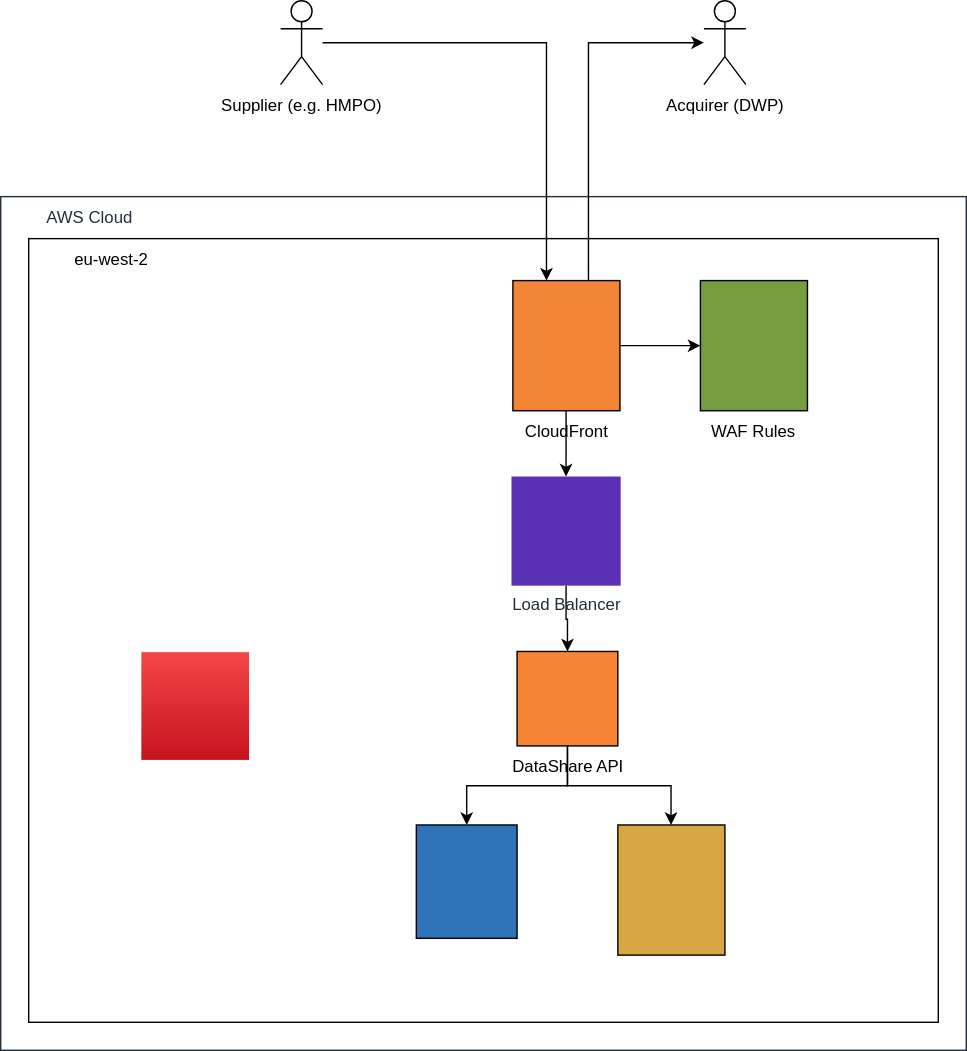
Before: doc/architecture/architecture.drawio.svg, a diagram exported from draw.io (govuk-one-login/life-events-platform). Source tidied: cells renumbered, new cells last; positions are measured from the earlier drawing's top-left corner, leaving out a move shared by most shapes.
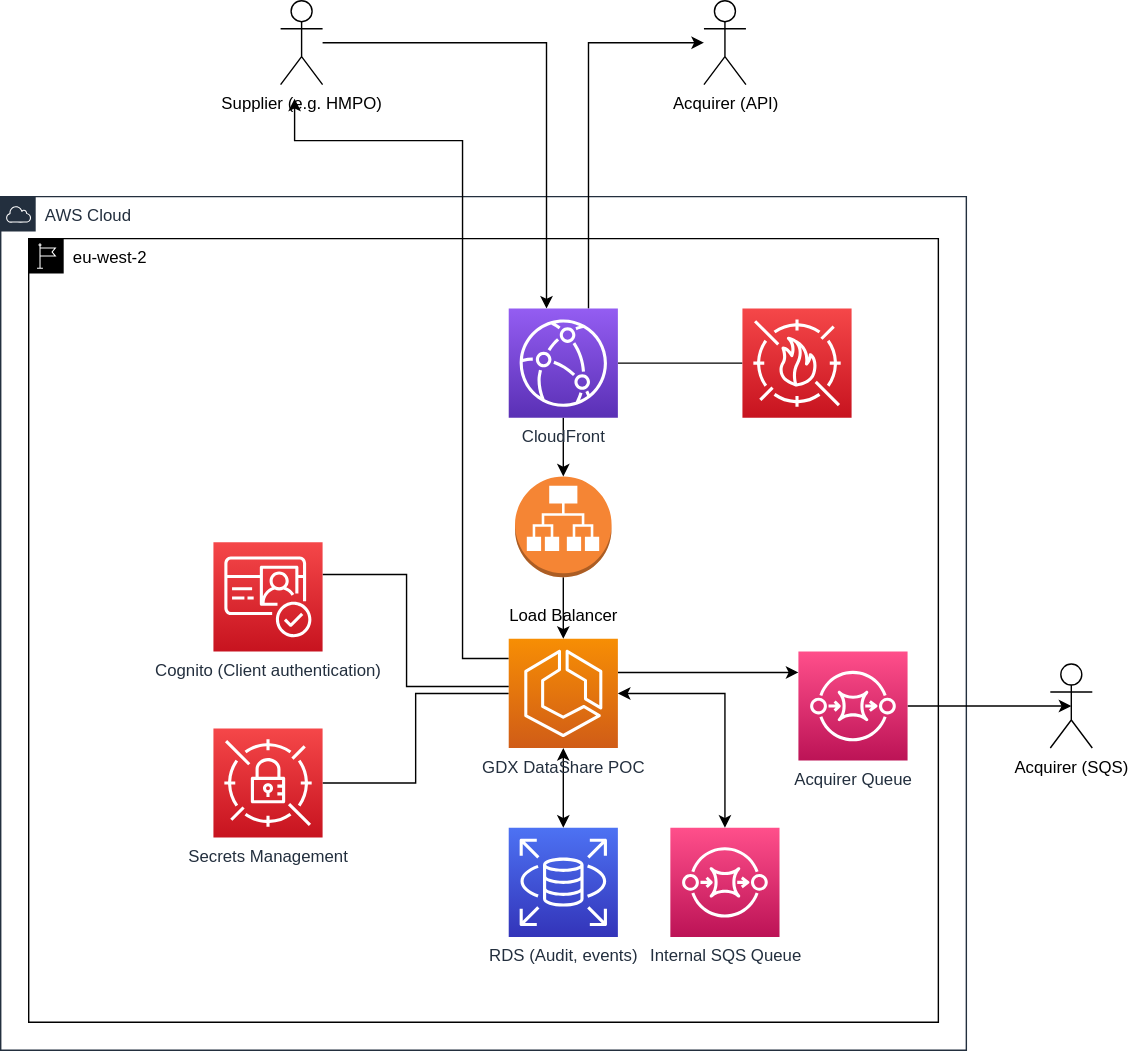
Later version of the same file.

Commit message:
GPC-NONE: Iteration

Diff of the diagram source:
```diff
@@ -8,50 +8,13 @@
     <mxCell id="3" value="eu-west-2" style="html=1;whiteSpace=wrap;fontSize=12;fontStyle=0;shape=mxgraph.aws4.group;grIcon=mxgraph.aws4.group_region;verticalAlign=top;align=left;spacingLeft=30;dashed=0;" parent="1" vertex="1">
       <mxGeometry x="20" y="170" width="650" height="560" as="geometry" />
     </mxCell>
-    <mxCell id="4" style="edgeStyle=orthogonalEdgeStyle;rounded=0;jettySize=auto;html=1;" parent="1" edge="1" source="6" target="8">
-      <mxGeometry relative="1" as="geometry" />
-    </mxCell>
-    <mxCell id="5" style="edgeStyle=orthogonalEdgeStyle;rounded=0;jettySize=auto;html=1;" parent="1" edge="1" source="6" target="19">
-      <mxGeometry relative="1" as="geometry">
-        <Array as="points">
-          <mxPoint x="420" y="30" />
-        </Array>
-      </mxGeometry>
-    </mxCell>
-    <mxCell id="6" value="CloudFront" style="outlineConnect=0;dashed=0;verticalLabelPosition=bottom;verticalAlign=top;align=center;html=1;shape=mxgraph.aws3.cloudfront;fillColor=#F58536;gradientColor=none;" parent="1" vertex="1">
-      <mxGeometry x="366" y="200" width="76.5" height="93" as="geometry" />
-    </mxCell>
-    <mxCell id="7" style="edgeStyle=orthogonalEdgeStyle;rounded=0;jettySize=auto;html=1;" parent="1" edge="1" source="8" target="11">
-      <mxGeometry relative="1" as="geometry" />
-    </mxCell>
-    <mxCell id="8" value="Load Balancer" style="outlineConnect=0;fontColor=#232F3E;gradientColor=none;fillColor=#5A30B5;strokeColor=none;dashed=0;verticalLabelPosition=bottom;verticalAlign=top;align=center;html=1;fontSize=12;fontStyle=0;shape=mxgraph.aws4.application_load_balancer;" parent="1" vertex="1">
-      <mxGeometry x="365" y="340" width="78" height="78" as="geometry" />
-    </mxCell>
-    <mxCell id="9" style="edgeStyle=orthogonalEdgeStyle;rounded=0;jettySize=auto;html=1;" parent="1" edge="1" source="11" target="14">
-      <mxGeometry relative="1" as="geometry" />
-    </mxCell>
-    <mxCell id="10" style="edgeStyle=orthogonalEdgeStyle;rounded=0;jettySize=auto;html=1;" parent="1" edge="1" source="11" target="15">
-      <mxGeometry relative="1" as="geometry" />
-    </mxCell>
-    <mxCell id="11" value="DataShare API" style="outlineConnect=0;dashed=0;verticalLabelPosition=bottom;verticalAlign=top;align=center;html=1;shape=mxgraph.aws3.ecs;fillColor=#F58534;gradientColor=none;" parent="1" vertex="1">
-      <mxGeometry x="369" y="465" width="72" height="67.5" as="geometry" />
-    </mxCell>
-    <mxCell id="12" value="WAF Rules" style="outlineConnect=0;dashed=0;verticalLabelPosition=bottom;verticalAlign=top;align=center;html=1;shape=mxgraph.aws3.waf;fillColor=#759C3E;gradientColor=none;" parent="1" vertex="1">
-      <mxGeometry x="500" y="200" width="76.5" height="93" as="geometry" />
-    </mxCell>
-    <mxCell id="13" style="edgeStyle=orthogonalEdgeStyle;rounded=0;jettySize=auto;html=1;" parent="1" edge="1" source="6" target="12">
-      <mxGeometry relative="1" as="geometry" />
-    </mxCell>
-    <mxCell id="14" style="outlineConnect=0;dashed=0;verticalLabelPosition=bottom;verticalAlign=top;align=center;html=1;shape=mxgraph.aws3.rds;fillColor=#2E73B8;gradientColor=none;" parent="1" vertex="1">
-      <mxGeometry x="297" y="589" width="72" height="81" as="geometry" />
-    </mxCell>
-    <mxCell id="15" style="outlineConnect=0;dashed=0;verticalLabelPosition=bottom;verticalAlign=top;align=center;html=1;shape=mxgraph.aws3.sqs;fillColor=#D9A741;gradientColor=none;" parent="1" vertex="1">
-      <mxGeometry x="441" y="589" width="76.5" height="93" as="geometry" />
-    </mxCell>
+    <mxCell id="20" style="edgeStyle=orthogonalEdgeStyle;rounded=0;jettySize=auto;html=1;startArrow=none;startFill=0;endArrow=none;endFill=0;" parent="1" edge="1" source="16" target="28">
+      <mxGeometry relative="1" as="geometry" />
+    </mxCell>
-    <mxCell id="16" style="outlineConnect=0;fontColor=#232F3E;gradientColor=#F54749;gradientDirection=north;fillColor=#C7131F;strokeColor=#ffffff;dashed=0;verticalLabelPosition=bottom;verticalAlign=top;align=center;html=1;fontSize=12;fontStyle=0;shape=mxgraph.aws4.resourceIcon;resIcon=mxgraph.aws4.secrets_manager;" parent="1" vertex="1">
-      <mxGeometry x="100" y="465" width="78" height="78" as="geometry" />
+    <mxCell id="16" value="Secrets Management" style="outlineConnect=0;fontColor=#232F3E;gradientColor=#F54749;gradientDirection=north;fillColor=#C7131F;strokeColor=#ffffff;dashed=0;verticalLabelPosition=bottom;verticalAlign=top;align=center;html=1;fontSize=12;fontStyle=0;shape=mxgraph.aws4.resourceIcon;resIcon=mxgraph.aws4.secrets_manager;" parent="1" vertex="1">
+      <mxGeometry x="152" y="520" width="78" height="78" as="geometry" />
     </mxCell>
-    <mxCell id="17" style="edgeStyle=orthogonalEdgeStyle;rounded=0;jettySize=auto;html=1;" parent="1" edge="1" source="18" target="6">
+    <mxCell id="17" style="edgeStyle=orthogonalEdgeStyle;rounded=0;jettySize=auto;html=1;endArrow=classic;endFill=1;" parent="1" edge="1" source="18" target="6">
       <mxGeometry relative="1" as="geometry">
         <Array as="points">
           <mxPoint x="390" y="30" />
@@ -61,8 +24,86 @@
     <mxCell id="18" value="Supplier (e.g. HMPO)" style="shape=umlActor;verticalLabelPosition=bottom;labelBackgroundColor=#ffffff;verticalAlign=top;html=1;outlineConnect=0;" parent="1" vertex="1">
       <mxGeometry x="200" width="30" height="60" as="geometry" />
     </mxCell>
+    <mxCell id="21" style="edgeStyle=orthogonalEdgeStyle;rounded=0;jettySize=auto;html=1;endArrow=none;endFill=0;startArrow=classic;startFill=1;" parent="1" edge="1" source="19" target="6">
+      <mxGeometry relative="1" as="geometry">
+        <Array as="points">
+          <mxPoint x="420" y="30" />
+        </Array>
+      </mxGeometry>
+    </mxCell>
-    <mxCell id="19" value="Acquirer (DWP)" style="shape=umlActor;verticalLabelPosition=bottom;labelBackgroundColor=#ffffff;verticalAlign=top;html=1;outlineConnect=0;" parent="1" vertex="1">
+    <mxCell id="19" value="Acquirer (API)" style="shape=umlActor;verticalLabelPosition=bottom;labelBackgroundColor=#ffffff;verticalAlign=top;html=1;outlineConnect=0;" parent="1" vertex="1">
       <mxGeometry x="502.5" width="30" height="60" as="geometry" />
     </mxCell>
+    <mxCell id="22" value="Internal SQS Queue" style="sketch=0;points=[[0,0,0],[0.25,0,0],[0.5,0,0],[0.75,0,0],[1,0,0],[0,1,0],[0.25,1,0],[0.5,1,0],[0.75,1,0],[1,1,0],[0,0.25,0],[0,0.5,0],[0,0.75,0],[1,0.25,0],[1,0.5,0],[1,0.75,0]];outlineConnect=0;fontColor=#232F3E;gradientColor=#FF4F8B;gradientDirection=north;fillColor=#BC1356;strokeColor=#ffffff;dashed=0;verticalLabelPosition=bottom;verticalAlign=top;align=center;html=1;fontSize=12;fontStyle=0;shape=mxgraph.aws4.resourceIcon;resIcon=mxgraph.aws4.sqs;" parent="1" vertex="1">
+      <mxGeometry x="478.5" y="591" width="78" height="78" as="geometry" />
+    </mxCell>
+    <mxCell id="23" value="RDS (Audit, events)" style="sketch=0;points=[[0,0,0],[0.25,0,0],[0.5,0,0],[0.75,0,0],[1,0,0],[0,1,0],[0.25,1,0],[0.5,1,0],[0.75,1,0],[1,1,0],[0,0.25,0],[0,0.5,0],[0,0.75,0],[1,0.25,0],[1,0.5,0],[1,0.75,0]];outlineConnect=0;fontColor=#232F3E;gradientColor=#4D72F3;gradientDirection=north;fillColor=#3334B9;strokeColor=#ffffff;dashed=0;verticalLabelPosition=bottom;verticalAlign=top;align=center;html=1;fontSize=12;fontStyle=0;shape=mxgraph.aws4.resourceIcon;resIcon=mxgraph.aws4.rds;" parent="1" vertex="1">
+      <mxGeometry x="363" y="591" width="78" height="78" as="geometry" />
+    </mxCell>
+    <mxCell id="24" style="edgeStyle=orthogonalEdgeStyle;rounded=0;jettySize=auto;html=1;endArrow=classic;endFill=1;startArrow=classic;startFill=1;" parent="1" edge="1" source="28" target="23">
+      <mxGeometry relative="1" as="geometry" />
+    </mxCell>
+    <mxCell id="25" style="edgeStyle=orthogonalEdgeStyle;rounded=0;jettySize=auto;html=1;entryX=0.5;entryY=0;entryDx=0;entryDy=0;entryPerimeter=0;endArrow=classic;endFill=1;startArrow=classic;startFill=1;" parent="1" edge="1" source="28" target="22">
+      <mxGeometry relative="1" as="geometry" />
+    </mxCell>
+    <mxCell id="26" style="edgeStyle=orthogonalEdgeStyle;rounded=0;jettySize=auto;html=1;startArrow=none;startFill=0;endArrow=classic;endFill=1;" parent="1" edge="1" source="28" target="35">
+      <mxGeometry relative="1" as="geometry">
+        <Array as="points">
+          <mxPoint x="470" y="480" />
+          <mxPoint x="470" y="480" />
+        </Array>
+      </mxGeometry>
+    </mxCell>
+    <mxCell id="27" style="edgeStyle=orthogonalEdgeStyle;rounded=0;jettySize=auto;html=1;startArrow=none;startFill=0;endArrow=classic;endFill=1;" parent="1" edge="1" source="28">
+      <mxGeometry relative="1" as="geometry">
+        <mxPoint x="210" y="70" as="targetPoint" />
+        <Array as="points">
+          <mxPoint x="330" y="470" />
+          <mxPoint x="330" y="100" />
+          <mxPoint x="210" y="100" />
+        </Array>
+      </mxGeometry>
+    </mxCell>
+    <mxCell id="28" value="GDX DataShare POC" style="sketch=0;points=[[0,0,0],[0.25,0,0],[0.5,0,0],[0.75,0,0],[1,0,0],[0,1,0],[0.25,1,0],[0.5,1,0],[0.75,1,0],[1,1,0],[0,0.25,0],[0,0.5,0],[0,0.75,0],[1,0.25,0],[1,0.5,0],[1,0.75,0]];outlineConnect=0;fontColor=#232F3E;gradientColor=#F78E04;gradientDirection=north;fillColor=#D05C17;strokeColor=#ffffff;dashed=0;verticalLabelPosition=bottom;verticalAlign=top;align=center;html=1;fontSize=12;fontStyle=0;shape=mxgraph.aws4.resourceIcon;resIcon=mxgraph.aws4.ecs;" parent="1" vertex="1">
+      <mxGeometry x="363" y="456" width="78" height="78" as="geometry" />
+    </mxCell>
+    <mxCell id="29" style="edgeStyle=orthogonalEdgeStyle;rounded=0;jettySize=auto;html=1;endArrow=classic;endFill=1;" parent="1" edge="1" source="8" target="28">
+      <mxGeometry relative="1" as="geometry" />
+    </mxCell>
+    <mxCell id="8" value="&lt;br&gt;Load Balancer" style="outlineConnect=0;dashed=0;verticalLabelPosition=bottom;verticalAlign=top;align=center;html=1;shape=mxgraph.aws3.application_load_balancer;fillColor=#F58534;gradientColor=none;" parent="1" vertex="1">
+      <mxGeometry x="367.5" y="340" width="69" height="72" as="geometry" />
+    </mxCell>
+    <mxCell id="30" style="edgeStyle=orthogonalEdgeStyle;rounded=0;jettySize=auto;html=1;endArrow=none;endFill=0;" parent="1" edge="1" source="6" target="31">
+      <mxGeometry relative="1" as="geometry" />
+    </mxCell>
+    <mxCell id="4" style="edgeStyle=orthogonalEdgeStyle;rounded=0;jettySize=auto;html=1;endArrow=classic;endFill=1;" parent="1" edge="1" source="6" target="8">
+      <mxGeometry relative="1" as="geometry" />
+    </mxCell>
+    <mxCell id="6" value="CloudFront&lt;br&gt;" style="sketch=0;points=[[0,0,0],[0.25,0,0],[0.5,0,0],[0.75,0,0],[1,0,0],[0,1,0],[0.25,1,0],[0.5,1,0],[0.75,1,0],[1,1,0],[0,0.25,0],[0,0.5,0],[0,0.75,0],[1,0.25,0],[1,0.5,0],[1,0.75,0]];outlineConnect=0;fontColor=#232F3E;gradientColor=#945DF2;gradientDirection=north;fillColor=#5A30B5;strokeColor=#ffffff;dashed=0;verticalLabelPosition=bottom;verticalAlign=top;align=center;html=1;fontSize=12;fontStyle=0;shape=mxgraph.aws4.resourceIcon;resIcon=mxgraph.aws4.cloudfront;" parent="1" vertex="1">
+      <mxGeometry x="363" y="220" width="78" height="78" as="geometry" />
+    </mxCell>
+    <mxCell id="31" style="sketch=0;points=[[0,0,0],[0.25,0,0],[0.5,0,0],[0.75,0,0],[1,0,0],[0,1,0],[0.25,1,0],[0.5,1,0],[0.75,1,0],[1,1,0],[0,0.25,0],[0,0.5,0],[0,0.75,0],[1,0.25,0],[1,0.5,0],[1,0.75,0]];outlineConnect=0;fontColor=#232F3E;gradientColor=#F54749;gradientDirection=north;fillColor=#C7131F;strokeColor=#ffffff;dashed=0;verticalLabelPosition=bottom;verticalAlign=top;align=center;html=1;fontSize=12;fontStyle=0;shape=mxgraph.aws4.resourceIcon;resIcon=mxgraph.aws4.waf;" parent="1" vertex="1">
+      <mxGeometry x="530" y="220" width="78" height="78" as="geometry" />
+    </mxCell>
+    <mxCell id="32" style="edgeStyle=orthogonalEdgeStyle;rounded=0;jettySize=auto;html=1;endArrow=none;endFill=0;" parent="1" edge="1" source="33" target="28">
+      <mxGeometry relative="1" as="geometry">
+        <Array as="points">
+          <mxPoint x="290" y="410" />
+          <mxPoint x="290" y="490" />
+        </Array>
+      </mxGeometry>
+    </mxCell>
+    <mxCell id="33" value="Cognito (Client authentication)" style="sketch=0;points=[[0,0,0],[0.25,0,0],[0.5,0,0],[0.75,0,0],[1,0,0],[0,1,0],[0.25,1,0],[0.5,1,0],[0.75,1,0],[1,1,0],[0,0.25,0],[0,0.5,0],[0,0.75,0],[1,0.25,0],[1,0.5,0],[1,0.75,0]];outlineConnect=0;fontColor=#232F3E;gradientColor=#F54749;gradientDirection=north;fillColor=#C7131F;strokeColor=#ffffff;dashed=0;verticalLabelPosition=bottom;verticalAlign=top;align=center;html=1;fontSize=12;fontStyle=0;shape=mxgraph.aws4.resourceIcon;resIcon=mxgraph.aws4.cognito;" parent="1" vertex="1">
+      <mxGeometry x="152" y="387" width="78" height="78" as="geometry" />
+    </mxCell>
+    <mxCell id="34" style="edgeStyle=orthogonalEdgeStyle;rounded=0;jettySize=auto;html=1;entryX=0.5;entryY=0.5;entryDx=0;entryDy=0;entryPerimeter=0;startArrow=none;startFill=0;endArrow=classic;endFill=1;" parent="1" edge="1" source="35" target="36">
+      <mxGeometry relative="1" as="geometry" />
+    </mxCell>
+    <mxCell id="35" value="Acquirer Queue" style="sketch=0;points=[[0,0,0],[0.25,0,0],[0.5,0,0],[0.75,0,0],[1,0,0],[0,1,0],[0.25,1,0],[0.5,1,0],[0.75,1,0],[1,1,0],[0,0.25,0],[0,0.5,0],[0,0.75,0],[1,0.25,0],[1,0.5,0],[1,0.75,0]];outlineConnect=0;fontColor=#232F3E;gradientColor=#FF4F8B;gradientDirection=north;fillColor=#BC1356;strokeColor=#ffffff;dashed=0;verticalLabelPosition=bottom;verticalAlign=top;align=center;html=1;fontSize=12;fontStyle=0;shape=mxgraph.aws4.resourceIcon;resIcon=mxgraph.aws4.sqs;" parent="1" vertex="1">
+      <mxGeometry x="570" y="465" width="78" height="78" as="geometry" />
+    </mxCell>
+    <mxCell id="36" value="Acquirer (SQS)" style="shape=umlActor;verticalLabelPosition=bottom;labelBackgroundColor=#ffffff;verticalAlign=top;html=1;outlineConnect=0;" parent="1" vertex="1">
+      <mxGeometry x="750" y="474" width="30" height="60" as="geometry" />
+    </mxCell>
   </root>
 </mxGraphModel>
```
